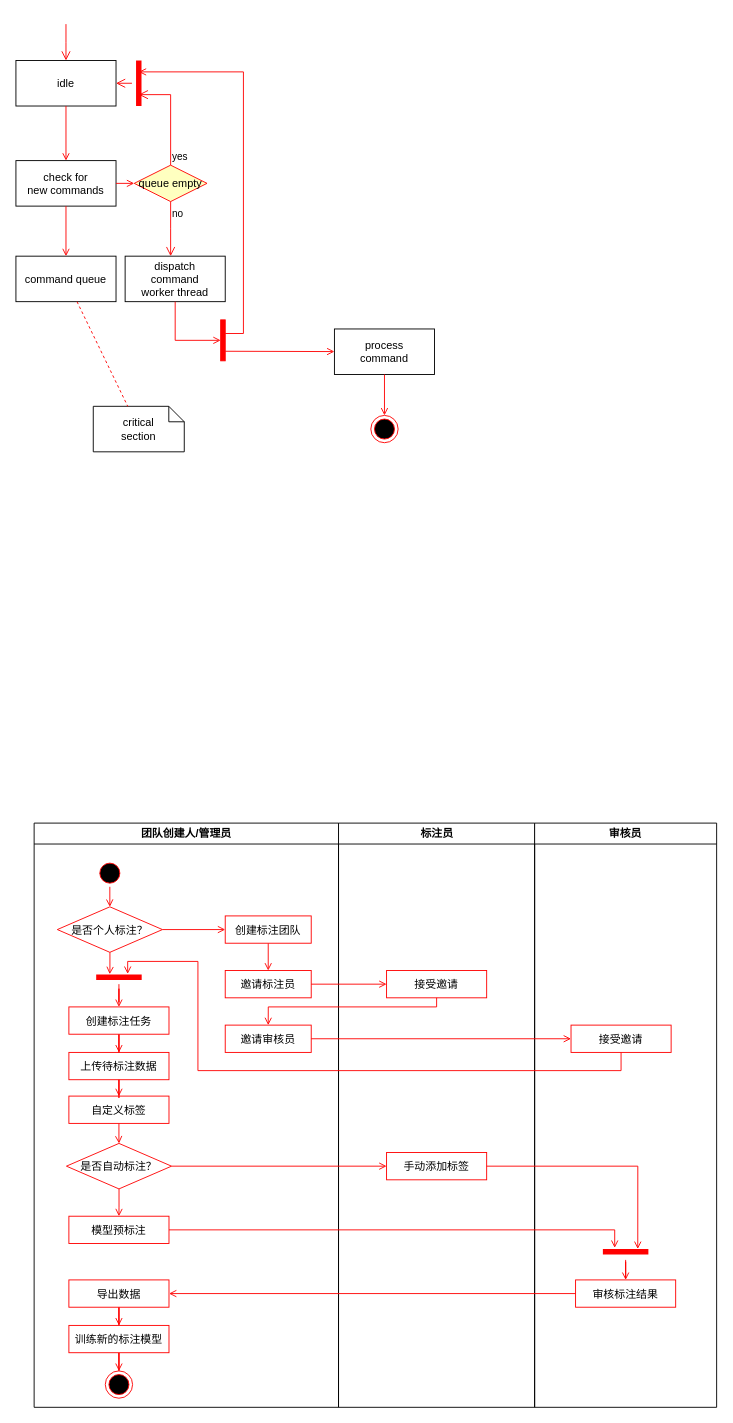
This is 系统流程泳道图.drawio from come-on-reader/draw-io, a draw.io file, before an edit. Source tidied: cells renumbered, new cells numbered last; positions are measured from the earlier drawing's top-left corner, leaving out a move shared by most shapes. Both pictures are drawn from the tidied source at 91%, with x=0, y=0 at pixel (15, 24).
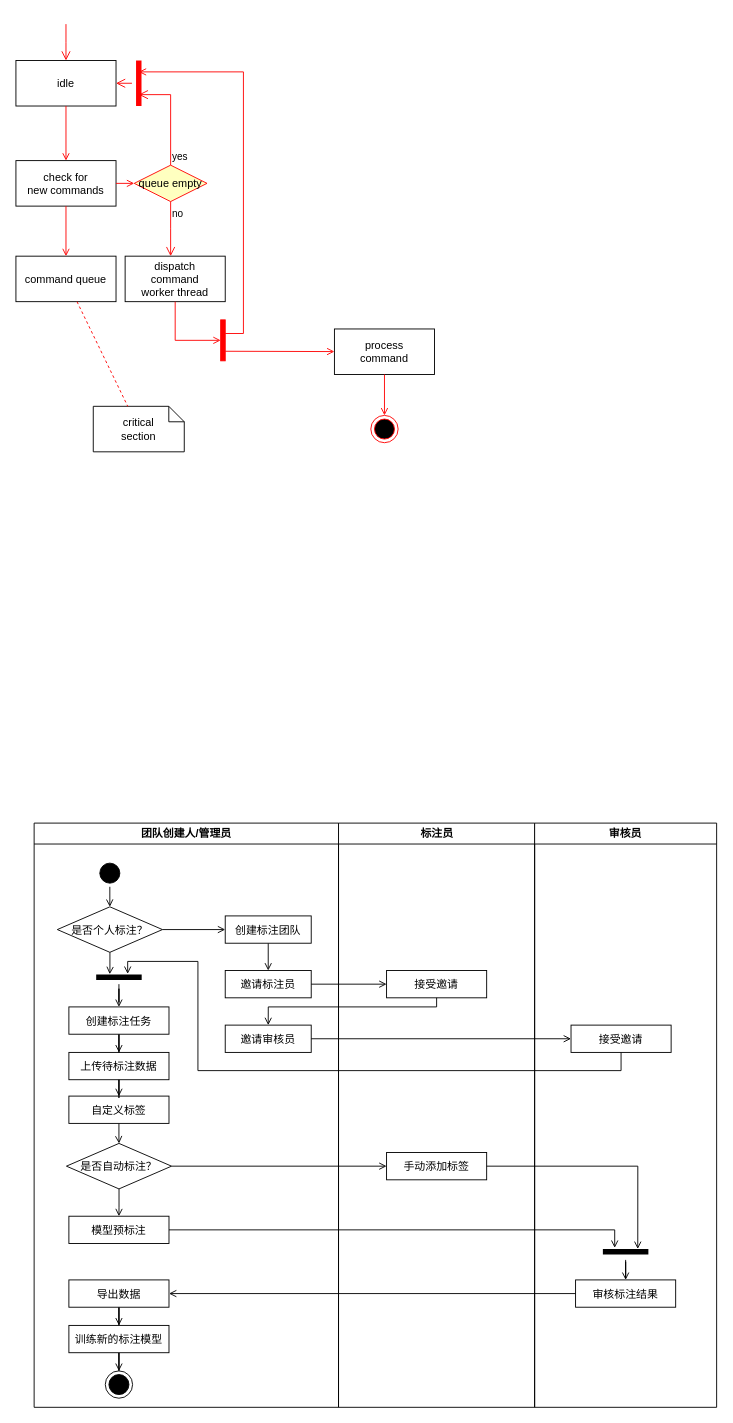
The same diagram, later.

Commit message:
更新系统流程泳道图.drawio

What changed in the source:
```diff
@@
-    <mxCell id="2" value="团队创建人/管理员" style="swimlane;whiteSpace=wrap;fontColor=#000000;" parent="1" vertex="1">
+    <mxCell id="2" value="团队创建人/管理员" style="swimlane;whiteSpace=wrap;fontColor=#000000;strokeColor=default;" parent="1" vertex="1">
       <mxGeometry x="20" y="878" width="334.5" height="642" as="geometry" />
     </mxCell>
-    <mxCell id="3" style="edgeStyle=orthogonalEdgeStyle;rounded=0;jettySize=auto;html=1;entryX=0.5;entryY=0;entryDx=0;entryDy=0;endArrow=open;endFill=0;strokeColor=#ff0000;fontColor=#000000;" parent="2" edge="1" source="4" target="6">
+    <mxCell id="3" style="edgeStyle=orthogonalEdgeStyle;rounded=0;jettySize=auto;html=1;entryX=0.5;entryY=0;entryDx=0;entryDy=0;endArrow=open;endFill=0;strokeColor=default;fontColor=#000000;" parent="2" edge="1" source="4" target="6">
       <mxGeometry relative="1" as="geometry" />
     </mxCell>
-    <mxCell id="4" style="ellipse;shape=startState;fillColor=#000000;strokeColor=#ff0000;fontColor=#000000;" parent="2" vertex="1">
+    <mxCell id="4" style="ellipse;shape=startState;fillColor=#000000;strokeColor=default;fontColor=#000000;" parent="2" vertex="1">
       <mxGeometry x="68.2" y="40" width="30" height="30" as="geometry" />
     </mxCell>
-    <mxCell id="5" style="edgeStyle=orthogonalEdgeStyle;rounded=0;jettySize=auto;html=1;entryX=0;entryY=0.5;entryDx=0;entryDy=0;endArrow=open;endFill=0;strokeColor=#ff0000;fontColor=#000000;" parent="2" edge="1" source="6" target="14">
+    <mxCell id="5" style="edgeStyle=orthogonalEdgeStyle;rounded=0;jettySize=auto;html=1;entryX=0;entryY=0.5;entryDx=0;entryDy=0;endArrow=open;endFill=0;strokeColor=default;fontColor=#000000;" parent="2" edge="1" source="6" target="14">
       <mxGeometry relative="1" as="geometry" />
     </mxCell>
-    <mxCell id="6" value="是否个人标注？" style="rhombus;fillColor=#ffffff;strokeColor=#ff0000;fontColor=#000000;" parent="2" vertex="1">
+    <mxCell id="6" value="是否个人标注？" style="rhombus;fillColor=#ffffff;strokeColor=default;fontColor=#000000;" parent="2" vertex="1">
       <mxGeometry x="25.5" y="92" width="115.5" height="50" as="geometry" />
     </mxCell>
-    <mxCell id="7" style="edgeStyle=orthogonalEdgeStyle;rounded=0;jettySize=auto;html=1;endArrow=open;endFill=0;strokeColor=#ff0000;fontColor=#000000;" parent="2" edge="1" source="8" target="18">
+    <mxCell id="7" style="edgeStyle=orthogonalEdgeStyle;rounded=0;jettySize=auto;html=1;endArrow=open;endFill=0;strokeColor=default;fontColor=#000000;" parent="2" edge="1" source="8" target="18">
       <mxGeometry relative="1" as="geometry" />
     </mxCell>
-    <mxCell id="8" value="自定义标签" style="strokeColor=#ff0000;fontColor=#000000;" parent="2" vertex="1">
+    <mxCell id="8" value="自定义标签" style="strokeColor=default;fontColor=#000000;" parent="2" vertex="1">
       <mxGeometry x="38.2" y="300" width="110" height="30" as="geometry" />
     </mxCell>
-    <mxCell id="9" style="edgeStyle=orthogonalEdgeStyle;rounded=0;jettySize=auto;html=1;entryX=0.5;entryY=0;entryDx=0;entryDy=0;endArrow=open;endFill=0;strokeColor=#ff0000;fontColor=#000000;" parent="2" edge="1" source="10" target="8">
+    <mxCell id="9" style="edgeStyle=orthogonalEdgeStyle;rounded=0;jettySize=auto;html=1;entryX=0.5;entryY=0;entryDx=0;entryDy=0;endArrow=open;endFill=0;strokeColor=default;fontColor=#000000;" parent="2" edge="1" source="10" target="8">
       <mxGeometry relative="1" as="geometry" />
     </mxCell>
-    <mxCell id="10" value="上传待标注数据" style="strokeColor=#ff0000;fontColor=#000000;" parent="2" vertex="1">
+    <mxCell id="10" value="上传待标注数据" style="strokeColor=default;fontColor=#000000;" parent="2" vertex="1">
       <mxGeometry x="38.2" y="252" width="110" height="30" as="geometry" />
     </mxCell>
-    <mxCell id="11" style="edgeStyle=orthogonalEdgeStyle;rounded=0;jettySize=auto;html=1;entryX=0.5;entryY=0;entryDx=0;entryDy=0;endArrow=open;endFill=0;strokeColor=#ff0000;fontColor=#000000;" parent="2" edge="1" source="12" target="10">
+    <mxCell id="11" style="edgeStyle=orthogonalEdgeStyle;rounded=0;jettySize=auto;html=1;entryX=0.5;entryY=0;entryDx=0;entryDy=0;endArrow=open;endFill=0;strokeColor=default;fontColor=#000000;" parent="2" edge="1" source="12" target="10">
       <mxGeometry relative="1" as="geometry" />
     </mxCell>
-    <mxCell id="12" value="创建标注任务" style="strokeColor=#ff0000;fontColor=#000000;" parent="2" vertex="1">
+    <mxCell id="12" value="创建标注任务" style="strokeColor=default;fontColor=#000000;" parent="2" vertex="1">
       <mxGeometry x="38.2" y="202" width="110" height="30" as="geometry" />
     </mxCell>
-    <mxCell id="13" style="edgeStyle=orthogonalEdgeStyle;rounded=0;jettySize=auto;html=1;exitX=0.5;exitY=1;exitDx=0;exitDy=0;entryX=0.5;entryY=0;entryDx=0;entryDy=0;endArrow=open;endFill=0;strokeColor=#ff0000;fontColor=#000000;" parent="2" edge="1" source="14" target="15">
+    <mxCell id="13" style="edgeStyle=orthogonalEdgeStyle;rounded=0;jettySize=auto;html=1;exitX=0.5;exitY=1;exitDx=0;exitDy=0;entryX=0.5;entryY=0;entryDx=0;entryDy=0;endArrow=open;endFill=0;strokeColor=default;fontColor=#000000;" parent="2" edge="1" source="14" target="15">
       <mxGeometry relative="1" as="geometry" />
     </mxCell>
-    <mxCell id="14" value="创建标注团队" style="strokeColor=#ff0000;fontColor=#000000;" parent="2" vertex="1">
+    <mxCell id="14" value="创建标注团队" style="strokeColor=default;fontColor=#000000;" parent="2" vertex="1">
       <mxGeometry x="210" y="102" width="94.5" height="30" as="geometry" />
     </mxCell>
-    <mxCell id="15" value="邀请标注员" style="strokeColor=#ff0000;fontColor=#000000;" parent="2" vertex="1">
+    <mxCell id="15" value="邀请标注员" style="strokeColor=default;fontColor=#000000;" parent="2" vertex="1">
       <mxGeometry x="210" y="162" width="94.5" height="30" as="geometry" />
     </mxCell>
-    <mxCell id="16" value="邀请审核员" style="strokeColor=#ff0000;fontColor=#000000;" parent="2" vertex="1">
+    <mxCell id="16" value="邀请审核员" style="strokeColor=default;fontColor=#000000;" parent="2" vertex="1">
       <mxGeometry x="210" y="222" width="94.5" height="30" as="geometry" />
     </mxCell>
-    <mxCell id="17" style="edgeStyle=orthogonalEdgeStyle;rounded=0;jettySize=auto;html=1;entryX=0.5;entryY=0;entryDx=0;entryDy=0;endArrow=open;endFill=0;strokeColor=#ff0000;fontColor=#000000;" parent="2" edge="1" source="18" target="19">
+    <mxCell id="17" style="edgeStyle=orthogonalEdgeStyle;rounded=0;jettySize=auto;html=1;entryX=0.5;entryY=0;entryDx=0;entryDy=0;endArrow=open;endFill=0;strokeColor=default;fontColor=#000000;" parent="2" edge="1" source="18" target="19">
       <mxGeometry relative="1" as="geometry" />
     </mxCell>
-    <mxCell id="18" value="是否自动标注？" style="rhombus;fillColor=#ffffff;strokeColor=#ff0000;fontColor=#000000;" parent="2" vertex="1">
+    <mxCell id="18" value="是否自动标注？" style="rhombus;fillColor=#ffffff;strokeColor=default;fontColor=#000000;" parent="2" vertex="1">
       <mxGeometry x="35.5" y="352" width="115.5" height="50" as="geometry" />
     </mxCell>
-    <mxCell id="19" value="模型预标注" style="strokeColor=#ff0000;fontColor=#000000;" parent="2" vertex="1">
+    <mxCell id="19" value="模型预标注" style="strokeColor=default;fontColor=#000000;" parent="2" vertex="1">
       <mxGeometry x="38.2" y="432" width="110" height="30" as="geometry" />
     </mxCell>
-    <mxCell id="20" style="edgeStyle=orthogonalEdgeStyle;rounded=0;jettySize=auto;html=1;entryX=0.5;entryY=0;entryDx=0;entryDy=0;endArrow=open;endFill=0;strokeColor=#ff0000;fontColor=#000000;" parent="2" edge="1" source="21" target="23">
+    <mxCell id="20" style="edgeStyle=orthogonalEdgeStyle;rounded=0;jettySize=auto;html=1;entryX=0.5;entryY=0;entryDx=0;entryDy=0;endArrow=open;endFill=0;strokeColor=default;fontColor=#000000;" parent="2" edge="1" source="21" target="23">
       <mxGeometry relative="1" as="geometry" />
     </mxCell>
-    <mxCell id="21" value="导出数据" style="strokeColor=#ff0000;fontColor=#000000;" parent="2" vertex="1">
+    <mxCell id="21" value="导出数据" style="strokeColor=default;fontColor=#000000;" parent="2" vertex="1">
       <mxGeometry x="38.2" y="502" width="110" height="30" as="geometry" />
     </mxCell>
-    <mxCell id="22" style="edgeStyle=orthogonalEdgeStyle;rounded=0;jettySize=auto;html=1;entryX=0.5;entryY=0;entryDx=0;entryDy=0;endArrow=open;endFill=0;strokeColor=#ff0000;fontColor=#000000;" parent="2" edge="1" source="23" target="24">
+    <mxCell id="22" style="edgeStyle=orthogonalEdgeStyle;rounded=0;jettySize=auto;html=1;entryX=0.5;entryY=0;entryDx=0;entryDy=0;endArrow=open;endFill=0;strokeColor=default;fontColor=#000000;" parent="2" edge="1" source="23" target="24">
       <mxGeometry relative="1" as="geometry" />
     </mxCell>
-    <mxCell id="23" value="训练新的标注模型" style="strokeColor=#ff0000;fontColor=#000000;" parent="2" vertex="1">
+    <mxCell id="23" value="训练新的标注模型" style="strokeColor=default;fontColor=#000000;" parent="2" vertex="1">
       <mxGeometry x="38.2" y="552" width="110" height="30" as="geometry" />
     </mxCell>
-    <mxCell id="24" style="ellipse;shape=endState;fillColor=#000000;strokeColor=#ff0000;fontColor=#000000;" parent="2" vertex="1">
+    <mxCell id="24" style="ellipse;shape=endState;fillColor=#000000;strokeColor=default;fontColor=#000000;" parent="2" vertex="1">
       <mxGeometry x="78.2" y="602" width="30" height="30" as="geometry" />
     </mxCell>
-    <mxCell id="25" style="edgeStyle=orthogonalEdgeStyle;rounded=0;jettySize=auto;html=1;entryX=0.5;entryY=0;entryDx=0;entryDy=0;endArrow=open;endFill=0;strokeColor=#ff0000;fontColor=#000000;" parent="2" edge="1" source="26" target="12">
+    <mxCell id="25" style="edgeStyle=orthogonalEdgeStyle;rounded=0;jettySize=auto;html=1;entryX=0.5;entryY=0;entryDx=0;entryDy=0;endArrow=open;endFill=0;strokeColor=default;fontColor=#000000;" parent="2" edge="1" source="26" target="12">
       <mxGeometry relative="1" as="geometry" />
     </mxCell>
-    <mxCell id="26" style="shape=line;strokeWidth=6;strokeColor=#ff0000;rotation=0;fontColor=#000000;" parent="2" vertex="1">
+    <mxCell id="26" style="shape=line;strokeWidth=6;strokeColor=default;rotation=0;fontColor=#000000;" parent="2" vertex="1">
       <mxGeometry x="68.2" y="162" width="50" height="15" as="geometry" />
     </mxCell>
-    <mxCell id="27" style="edgeStyle=orthogonalEdgeStyle;rounded=0;jettySize=auto;html=1;entryX=0.298;entryY=0.269;entryDx=0;entryDy=0;entryPerimeter=0;endArrow=open;endFill=0;strokeColor=#ff0000;fontColor=#000000;" parent="2" edge="1" source="6" target="26">
+    <mxCell id="27" style="edgeStyle=orthogonalEdgeStyle;rounded=0;jettySize=auto;html=1;entryX=0.298;entryY=0.269;entryDx=0;entryDy=0;entryPerimeter=0;endArrow=open;endFill=0;strokeColor=default;fontColor=#000000;" parent="2" edge="1" source="6" target="26">
       <mxGeometry relative="1" as="geometry" />
     </mxCell>
-    <mxCell id="28" value="标注员" style="swimlane;whiteSpace=wrap;fontColor=#000000;" parent="1" vertex="1">
+    <mxCell id="28" value="标注员" style="swimlane;whiteSpace=wrap;fontColor=#000000;strokeColor=default;" parent="1" vertex="1">
       <mxGeometry x="354.5" y="878" width="215.5" height="642" as="geometry" />
     </mxCell>
-    <mxCell id="29" value="接受邀请" style="strokeColor=#ff0000;fontColor=#000000;" parent="28" vertex="1">
+    <mxCell id="29" value="接受邀请" style="strokeColor=default;fontColor=#000000;" parent="28" vertex="1">
       <mxGeometry x="52.8" y="162" width="110" height="30" as="geometry" />
     </mxCell>
-    <mxCell id="30" value="手动添加标签" style="strokeColor=#ff0000;fontColor=#000000;" parent="28" vertex="1">
+    <mxCell id="30" value="手动添加标签" style="strokeColor=default;fontColor=#000000;" parent="28" vertex="1">
       <mxGeometry x="52.8" y="362" width="110" height="30" as="geometry" />
     </mxCell>
-    <mxCell id="31" value="审核员" style="swimlane;whiteSpace=wrap;fontColor=default;fillStyle=auto;labelBackgroundColor=none;labelBorderColor=none;" parent="1" vertex="1">
+    <mxCell id="31" value="审核员" style="swimlane;whiteSpace=wrap;fontColor=default;fillStyle=auto;labelBackgroundColor=none;labelBorderColor=none;strokeColor=default;" parent="1" vertex="1">
       <mxGeometry x="570" y="878" width="200" height="642" as="geometry" />
     </mxCell>
-    <mxCell id="32" value="接受邀请" style="strokeColor=#ff0000;fontColor=#000000;" parent="31" vertex="1">
+    <mxCell id="32" value="接受邀请" style="strokeColor=default;fontColor=#000000;" parent="31" vertex="1">
       <mxGeometry x="40" y="222" width="110" height="30" as="geometry" />
     </mxCell>
-    <mxCell id="33" value="审核标注结果" style="strokeColor=#ff0000;fontColor=#000000;" parent="31" vertex="1">
+    <mxCell id="33" value="审核标注结果" style="strokeColor=default;fontColor=#000000;" parent="31" vertex="1">
       <mxGeometry x="45" y="502" width="110" height="30" as="geometry" />
     </mxCell>
-    <mxCell id="34" style="edgeStyle=orthogonalEdgeStyle;rounded=0;jettySize=auto;html=1;entryX=0.5;entryY=0;entryDx=0;entryDy=0;endArrow=open;endFill=0;strokeColor=#ff0000;fontColor=#000000;" parent="31" edge="1" source="35" target="33">
+    <mxCell id="34" style="edgeStyle=orthogonalEdgeStyle;rounded=0;jettySize=auto;html=1;entryX=0.5;entryY=0;entryDx=0;entryDy=0;endArrow=open;endFill=0;strokeColor=default;fontColor=#000000;" parent="31" edge="1" source="35" target="33">
       <mxGeometry relative="1" as="geometry" />
     </mxCell>
-    <mxCell id="35" style="shape=line;strokeWidth=6;strokeColor=#ff0000;rotation=0;fontColor=#000000;" parent="31" vertex="1">
+    <mxCell id="35" style="shape=line;strokeWidth=6;strokeColor=default;rotation=0;fontColor=#000000;" parent="31" vertex="1">
       <mxGeometry x="75" y="462" width="50" height="18" as="geometry" />
     </mxCell>
@@
-    <mxCell id="58" style="edgeStyle=orthogonalEdgeStyle;rounded=0;jettySize=auto;html=1;entryX=0;entryY=0.5;entryDx=0;entryDy=0;endArrow=open;endFill=0;strokeColor=#ff0000;fontColor=#000000;" parent="1" edge="1" source="15" target="29">
+    <mxCell id="58" style="edgeStyle=orthogonalEdgeStyle;rounded=0;jettySize=auto;html=1;entryX=0;entryY=0.5;entryDx=0;entryDy=0;endArrow=open;endFill=0;strokeColor=default;fontColor=#000000;" parent="1" edge="1" source="15" target="29">
       <mxGeometry relative="1" as="geometry" />
     </mxCell>
-    <mxCell id="59" style="edgeStyle=orthogonalEdgeStyle;rounded=0;jettySize=auto;html=1;entryX=0.5;entryY=0;entryDx=0;entryDy=0;endArrow=open;endFill=0;strokeColor=#ff0000;fontColor=#000000;" parent="1" edge="1" source="29" target="16">
+    <mxCell id="59" style="edgeStyle=orthogonalEdgeStyle;rounded=0;jettySize=auto;html=1;entryX=0.5;entryY=0;entryDx=0;entryDy=0;endArrow=open;endFill=0;strokeColor=default;fontColor=#000000;" parent="1" edge="1" source="29" target="16">
       <mxGeometry relative="1" as="geometry">
         <Array as="points">
           <mxPoint x="462" y="1080" />
           <mxPoint x="277" y="1080" />
         </Array>
       </mxGeometry>
     </mxCell>
-    <mxCell id="60" style="edgeStyle=orthogonalEdgeStyle;rounded=0;jettySize=auto;html=1;entryX=0;entryY=0.5;entryDx=0;entryDy=0;endArrow=open;endFill=0;strokeColor=#ff0000;fontColor=#000000;" parent="1" edge="1" source="16" target="32">
+    <mxCell id="60" style="edgeStyle=orthogonalEdgeStyle;rounded=0;jettySize=auto;html=1;entryX=0;entryY=0.5;entryDx=0;entryDy=0;endArrow=open;endFill=0;strokeColor=default;fontColor=#000000;" parent="1" edge="1" source="16" target="32">
       <mxGeometry relative="1" as="geometry" />
     </mxCell>
-    <mxCell id="61" style="edgeStyle=orthogonalEdgeStyle;rounded=0;jettySize=auto;html=1;entryX=0.692;entryY=0.248;entryDx=0;entryDy=0;entryPerimeter=0;endArrow=open;endFill=0;strokeColor=#ff0000;fontColor=#000000;" parent="1" edge="1" source="32" target="26">
+    <mxCell id="61" style="edgeStyle=orthogonalEdgeStyle;rounded=0;jettySize=auto;html=1;entryX=0.692;entryY=0.248;entryDx=0;entryDy=0;entryPerimeter=0;endArrow=open;endFill=0;strokeColor=default;fontColor=#000000;" parent="1" edge="1" source="32" target="26">
       <mxGeometry relative="1" as="geometry">
         <Array as="points">
           <mxPoint x="665" y="1150" />
           <mxPoint x="200" y="1150" />
           <mxPoint x="200" y="1030" />
           <mxPoint x="123" y="1030" />
         </Array>
       </mxGeometry>
     </mxCell>
-    <mxCell id="62" style="edgeStyle=orthogonalEdgeStyle;rounded=0;jettySize=auto;html=1;entryX=0;entryY=0.5;entryDx=0;entryDy=0;endArrow=open;endFill=0;strokeColor=#ff0000;fontColor=#000000;" parent="1" edge="1" source="18" target="30">
+    <mxCell id="62" style="edgeStyle=orthogonalEdgeStyle;rounded=0;jettySize=auto;html=1;entryX=0;entryY=0.5;entryDx=0;entryDy=0;endArrow=open;endFill=0;strokeColor=default;fontColor=#000000;" parent="1" edge="1" source="18" target="30">
       <mxGeometry relative="1" as="geometry" />
     </mxCell>
-    <mxCell id="63" style="edgeStyle=orthogonalEdgeStyle;rounded=0;jettySize=auto;html=1;entryX=0.767;entryY=0.333;entryDx=0;entryDy=0;entryPerimeter=0;endArrow=open;endFill=0;strokeColor=#ff0000;fontColor=#000000;" parent="1" edge="1" source="30" target="35">
+    <mxCell id="63" style="edgeStyle=orthogonalEdgeStyle;rounded=0;jettySize=auto;html=1;entryX=0.767;entryY=0.333;entryDx=0;entryDy=0;entryPerimeter=0;endArrow=open;endFill=0;strokeColor=default;fontColor=#000000;" parent="1" edge="1" source="30" target="35">
       <mxGeometry relative="1" as="geometry" />
     </mxCell>
-    <mxCell id="64" style="edgeStyle=orthogonalEdgeStyle;rounded=0;jettySize=auto;html=1;entryX=0.26;entryY=0.265;entryDx=0;entryDy=0;entryPerimeter=0;endArrow=open;endFill=0;strokeColor=#ff0000;fontColor=#000000;" parent="1" edge="1" source="19" target="35">
+    <mxCell id="64" style="edgeStyle=orthogonalEdgeStyle;rounded=0;jettySize=auto;html=1;entryX=0.26;entryY=0.265;entryDx=0;entryDy=0;entryPerimeter=0;endArrow=open;endFill=0;strokeColor=default;fontColor=#000000;" parent="1" edge="1" source="19" target="35">
       <mxGeometry relative="1" as="geometry">
         <Array as="points">
           <mxPoint x="658" y="1325" />
         </Array>
       </mxGeometry>
     </mxCell>
-    <mxCell id="65" style="edgeStyle=orthogonalEdgeStyle;rounded=0;jettySize=auto;html=1;entryX=1;entryY=0.5;entryDx=0;entryDy=0;endArrow=open;endFill=0;strokeColor=#ff0000;fontColor=#000000;" parent="1" edge="1" source="33" target="21">
+    <mxCell id="65" style="edgeStyle=orthogonalEdgeStyle;rounded=0;jettySize=auto;html=1;entryX=1;entryY=0.5;entryDx=0;entryDy=0;endArrow=open;endFill=0;strokeColor=default;fontColor=#000000;" parent="1" edge="1" source="33" target="21">
       <mxGeometry relative="1" as="geometry" />
     </mxCell>
```
